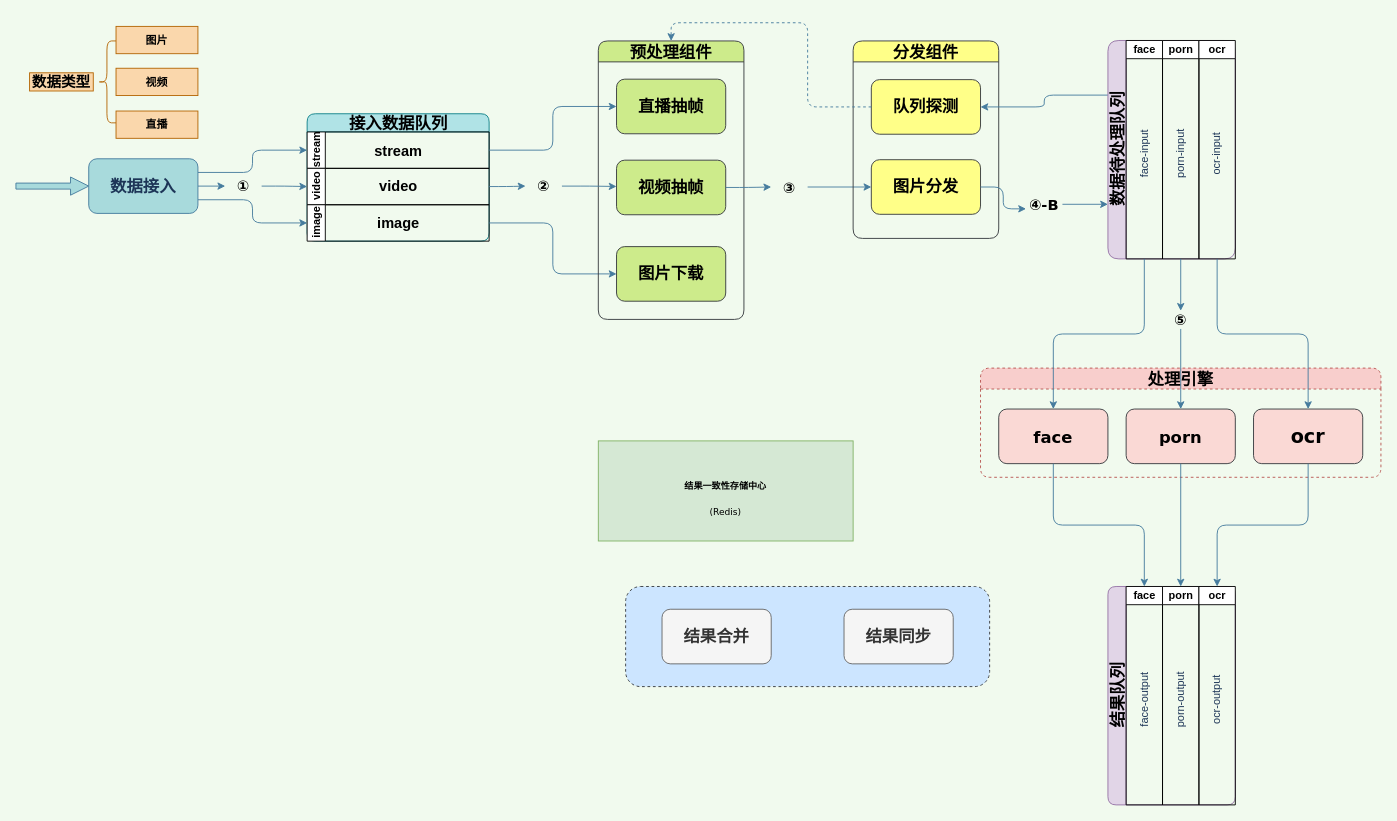
Earlier version of the draw.io diagram engine_system/engine_system_architecture_v2.drawio (xwzj01ht/diagrams). Source tidied: cells renumbered, new cells numbered last; positions are measured from the earlier drawing's top-left corner, leaving out a move shared by most shapes. Both pictures are drawn from the tidied source at 91%, with x=0, y=0 at pixel (15, 25).
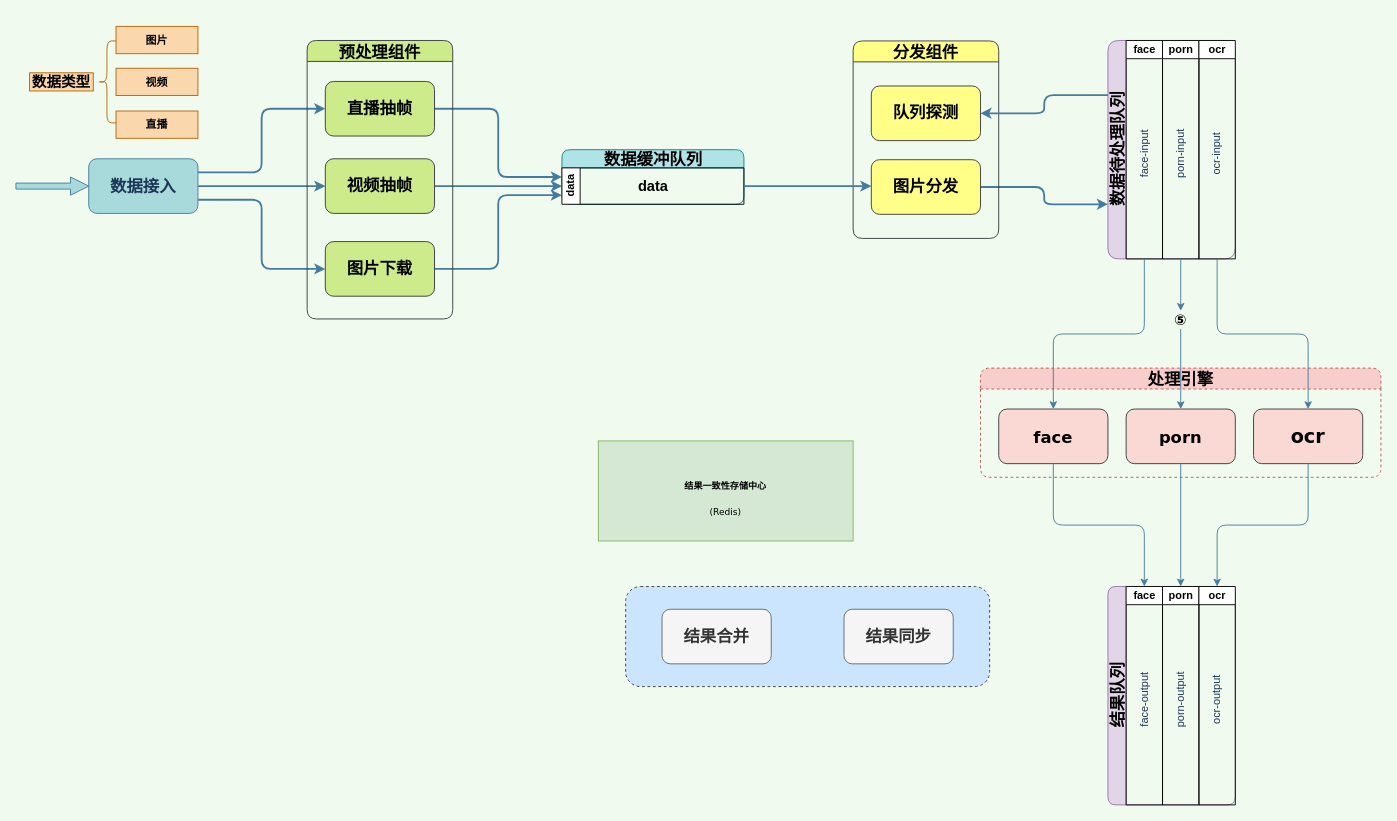
The same diagram, later.

The change refers to these unchanged cells:
```xml
<mxCell id="7" value="&lt;h4&gt;&lt;font style=&quot;font-size: 18px&quot; face=&quot;Verdana&quot;&gt;数据接入&lt;/font&gt;&lt;/h4&gt;" style="rounded=1;whiteSpace=wrap;html=1;sketch=0;strokeColor=#457B9D;fillColor=#A8DADC;fontColor=#1D3557;" parent="1" vertex="1">
  <mxGeometry x="80" y="146" width="120" height="60" as="geometry" />
</mxCell>
<mxCell id="18" value="&lt;h3 style=&quot;font-size: 18px&quot;&gt;图片分发&lt;/h3&gt;" style="rounded=1;whiteSpace=wrap;html=1;sketch=0;strokeColor=#36393d;fillColor=#ffff88;" parent="1" vertex="1">
  <mxGeometry x="940" y="147" width="120" height="60" as="geometry" />
</mxCell>
<mxCell id="41" value="分发组件" style="swimlane;rounded=1;fontFamily=Verdana;fontSize=18;fillColor=#ffff88;strokeColor=#36393d;startSize=23;" parent="1" vertex="1">
  <mxGeometry x="920" y="16.5" width="160" height="217" as="geometry" />
</mxCell>
<mxCell id="46" value="&lt;h3&gt;&lt;font style=&quot;font-size: 18px&quot; face=&quot;Verdana&quot;&gt;数据待处理队列&lt;/font&gt;&lt;/h3&gt;" style="swimlane;html=1;startSize=20;horizontal=0;fillColor=#e1d5e7;strokeColor=#9673a6;rounded=1;arcSize=20;" parent="1" vertex="1">
  <mxGeometry x="1200" y="16" width="140" height="240" as="geometry" />
</mxCell>
```

What changed in the source:
```diff
@@
-    <mxCell id="4" style="edgeStyle=orthogonalEdgeStyle;rounded=1;jettySize=auto;html=1;exitX=1;exitY=0.25;exitDx=0;exitDy=0;strokeColor=#457B9D;" parent="1" edge="1" source="7" target="27">
-      <mxGeometry relative="1" as="geometry" />
-    </mxCell>
-    <mxCell id="5" style="edgeStyle=orthogonalEdgeStyle;rounded=1;jettySize=auto;html=1;exitX=1;exitY=0.75;exitDx=0;exitDy=0;entryX=0;entryY=0.5;entryDx=0;entryDy=0;strokeColor=#457B9D;" parent="1" edge="1" source="7" target="31">
-      <mxGeometry relative="1" as="geometry" />
-    </mxCell>
-    <mxCell id="6" style="edgeStyle=orthogonalEdgeStyle;rounded=1;jettySize=auto;html=1;exitX=1;exitY=0.5;exitDx=0;exitDy=0;entryX=0;entryY=0.5;entryDx=0;entryDy=0;strokeColor=#457B9D;fontFamily=Verdana;fontSize=16;" parent="1" edge="1" source="7" target="37">
-      <mxGeometry relative="1" as="geometry" />
-    </mxCell>
+    <mxCell id="71" style="edgeStyle=orthogonalEdgeStyle;rounded=1;jettySize=auto;html=1;exitX=1;exitY=0.5;exitDx=0;exitDy=0;entryX=0;entryY=0.5;entryDx=0;entryDy=0;strokeWidth=2;strokeColor=#457B9D;" parent="1" edge="1" source="7" target="14">
+      <mxGeometry relative="1" as="geometry" />
+    </mxCell>
+    <mxCell id="72" style="edgeStyle=orthogonalEdgeStyle;rounded=1;jettySize=auto;html=1;exitX=1;exitY=0.25;exitDx=0;exitDy=0;entryX=0;entryY=0.5;entryDx=0;entryDy=0;strokeColor=#457B9D;strokeWidth=2;" parent="1" edge="1" source="7" target="15">
+      <mxGeometry relative="1" as="geometry" />
+    </mxCell>
+    <mxCell id="73" style="edgeStyle=orthogonalEdgeStyle;rounded=1;jettySize=auto;html=1;exitX=1;exitY=0.75;exitDx=0;exitDy=0;entryX=0;entryY=0.5;entryDx=0;entryDy=0;strokeColor=#457B9D;strokeWidth=2;" parent="1" edge="1" source="7" target="16">
+      <mxGeometry relative="1" as="geometry" />
+    </mxCell>
@@
-    <mxCell id="13" style="edgeStyle=orthogonalEdgeStyle;rounded=1;jettySize=auto;html=1;exitX=1;exitY=0.5;exitDx=0;exitDy=0;entryX=0;entryY=0.5;entryDx=0;entryDy=0;strokeColor=#457B9D;fontFamily=Verdana;fontSize=18;" parent="1" edge="1" source="43" target="18">
-      <mxGeometry relative="1" as="geometry" />
-    </mxCell>
+    <mxCell id="74" style="edgeStyle=orthogonalEdgeStyle;rounded=1;jettySize=auto;html=1;exitX=1;exitY=0.5;exitDx=0;exitDy=0;entryX=0;entryY=0.5;entryDx=0;entryDy=0;strokeColor=#457B9D;strokeWidth=2;" parent="1" edge="1" source="14" target="27">
+      <mxGeometry relative="1" as="geometry" />
+    </mxCell>
     <mxCell id="14" value="&lt;h3 style=&quot;font-size: 18px&quot;&gt;视频抽帧&lt;/h3&gt;" style="rounded=1;whiteSpace=wrap;html=1;sketch=0;strokeColor=#36393d;fillColor=#cdeb8b;" parent="1" vertex="1">
-      <mxGeometry x="660" y="147.5" width="120" height="60" as="geometry" />
+      <mxGeometry x="340" y="146" width="120" height="60" as="geometry" />
     </mxCell>
+    <mxCell id="75" style="edgeStyle=orthogonalEdgeStyle;rounded=1;jettySize=auto;html=1;exitX=1;exitY=0.5;exitDx=0;exitDy=0;entryX=0;entryY=0.25;entryDx=0;entryDy=0;strokeColor=#457B9D;strokeWidth=2;" parent="1" edge="1" source="15" target="27">
+      <mxGeometry relative="1" as="geometry" />
+    </mxCell>
     <mxCell id="15" value="&lt;h3 style=&quot;font-size: 18px&quot;&gt;直播抽帧&lt;/h3&gt;" style="rounded=1;whiteSpace=wrap;html=1;sketch=0;strokeColor=#36393d;fillColor=#cdeb8b;" parent="1" vertex="1">
-      <mxGeometry x="660" y="58.5" width="120" height="60" as="geometry" />
+      <mxGeometry x="340" y="61" width="120" height="60" as="geometry" />
     </mxCell>
+    <mxCell id="76" style="edgeStyle=orthogonalEdgeStyle;rounded=1;jettySize=auto;html=1;exitX=1;exitY=0.5;exitDx=0;exitDy=0;entryX=0;entryY=0.75;entryDx=0;entryDy=0;strokeColor=#457B9D;strokeWidth=2;" parent="1" edge="1" source="16" target="27">
+      <mxGeometry relative="1" as="geometry" />
+    </mxCell>
     <mxCell id="16" value="&lt;h3 style=&quot;font-size: 18px&quot;&gt;图片下载&lt;/h3&gt;" style="rounded=1;whiteSpace=wrap;html=1;sketch=0;strokeColor=#36393d;fillColor=#cdeb8b;" parent="1" vertex="1">
-      <mxGeometry x="660" y="242.5" width="120" height="60" as="geometry" />
+      <mxGeometry x="340" y="237" width="120" height="60" as="geometry" />
     </mxCell>
-    <mxCell id="17" style="edgeStyle=orthogonalEdgeStyle;rounded=1;jettySize=auto;html=1;exitX=1;exitY=0.5;exitDx=0;exitDy=0;entryX=0;entryY=0.75;entryDx=0;entryDy=0;strokeColor=#457B9D;fontFamily=Verdana;fontSize=18;" parent="1" edge="1" source="67" target="46">
-      <mxGeometry relative="1" as="geometry" />
-    </mxCell>
+    <mxCell id="77" style="edgeStyle=orthogonalEdgeStyle;rounded=1;jettySize=auto;html=1;exitX=1;exitY=0.5;exitDx=0;exitDy=0;entryX=0;entryY=0.75;entryDx=0;entryDy=0;strokeColor=#457B9D;strokeWidth=2;" parent="1" edge="1" source="18" target="46">
+      <mxGeometry relative="1" as="geometry" />
+    </mxCell>
@@
-    <mxCell id="26" value="&lt;h3&gt;&lt;font style=&quot;font-size: 18px&quot; face=&quot;Verdana&quot;&gt;接入数据队列&lt;/font&gt;&lt;/h3&gt;" style="swimlane;html=1;horizontal=1;startSize=20;fillColor=#b0e3e6;strokeColor=#0e8088;rounded=1;" parent="1" vertex="1">
-      <mxGeometry x="320" y="96.5" width="200" height="140" as="geometry" />
+    <mxCell id="26" value="&lt;h3&gt;&lt;font face=&quot;Verdana&quot;&gt;&lt;span style=&quot;font-size: 18px&quot;&gt;数据缓冲队列&lt;/span&gt;&lt;/font&gt;&lt;/h3&gt;" style="swimlane;html=1;horizontal=1;startSize=20;fillColor=#b0e3e6;strokeColor=#0e8088;rounded=1;" parent="1" vertex="1">
+      <mxGeometry x="600" y="136" width="200" height="60" as="geometry" />
     </mxCell>
-    <mxCell id="27" value="stream" style="swimlane;html=1;startSize=20;horizontal=0;" parent="26" vertex="1">
+    <mxCell id="27" value="data" style="swimlane;html=1;startSize=20;horizontal=0;" parent="26" vertex="1">
       <mxGeometry y="20" width="200" height="40" as="geometry" />
     </mxCell>
-    <mxCell id="28" value="&lt;font style=&quot;font-size: 16px&quot;&gt;&lt;b&gt;stream&lt;/b&gt;&lt;/font&gt;" style="text;html=1;align=center;verticalAlign=middle;" parent="27" vertex="1">
-      <mxGeometry x="65" y="10" width="70" height="20" as="geometry" />
+    <mxCell id="28" value="&lt;font style=&quot;font-size: 16px&quot;&gt;&lt;b&gt;data&lt;/b&gt;&lt;/font&gt;" style="text;html=1;align=center;verticalAlign=middle;" parent="27" vertex="1">
+      <mxGeometry x="75" y="10" width="50" height="20" as="geometry" />
     </mxCell>
-    <mxCell id="29" value="video" style="swimlane;html=1;startSize=20;horizontal=0;" parent="26" vertex="1">
-      <mxGeometry y="60" width="200" height="40" as="geometry" />
-    </mxCell>
-    <mxCell id="30" value="&lt;font style=&quot;font-size: 16px&quot;&gt;&lt;b&gt;video&lt;/b&gt;&lt;/font&gt;" style="text;html=1;align=center;verticalAlign=middle;" parent="29" vertex="1">
-      <mxGeometry x="70" y="9.5" width="60" height="20" as="geometry" />
-    </mxCell>
-    <mxCell id="31" value="image" style="swimlane;html=1;startSize=20;horizontal=0;" parent="26" vertex="1">
-      <mxGeometry y="100" width="200" height="40" as="geometry" />
-    </mxCell>
-    <mxCell id="32" value="&lt;font style=&quot;font-size: 16px&quot;&gt;&lt;b&gt;image&lt;/b&gt;&lt;/font&gt;" style="text;html=1;align=center;verticalAlign=middle;" parent="31" vertex="1">
-      <mxGeometry x="70" y="10" width="60" height="20" as="geometry" />
-    </mxCell>
-    <mxCell id="33" style="edgeStyle=orthogonalEdgeStyle;rounded=1;jettySize=auto;html=1;exitX=1;exitY=0.5;exitDx=0;exitDy=0;entryX=0;entryY=0.5;entryDx=0;entryDy=0;strokeColor=#457B9D;" parent="1" edge="1" source="27" target="15">
-      <mxGeometry relative="1" as="geometry" />
-    </mxCell>
-    <mxCell id="34" style="edgeStyle=orthogonalEdgeStyle;rounded=1;jettySize=auto;html=1;exitX=1;exitY=0.5;exitDx=0;exitDy=0;entryX=0;entryY=0.5;entryDx=0;entryDy=0;strokeColor=#457B9D;" parent="1" edge="1" source="31" target="16">
-      <mxGeometry relative="1" as="geometry" />
-    </mxCell>
     <mxCell id="35" value="预处理组件" style="swimlane;rounded=1;fontSize=18;fontFamily=Verdana;fillColor=#cdeb8b;strokeColor=#36393d;" parent="1" vertex="1">
-      <mxGeometry x="640" y="16.5" width="160" height="306" as="geometry" />
+      <mxGeometry x="320" y="16" width="160" height="306" as="geometry" />
     </mxCell>
-    <mxCell id="36" style="edgeStyle=orthogonalEdgeStyle;rounded=1;jettySize=auto;html=1;exitX=1;exitY=0.5;exitDx=0;exitDy=0;entryX=0;entryY=0.5;entryDx=0;entryDy=0;strokeColor=#457B9D;fontFamily=Verdana;fontSize=16;" parent="1" edge="1" source="37" target="29">
-      <mxGeometry relative="1" as="geometry" />
-    </mxCell>
-    <mxCell id="37" value="①" style="text;html=1;strokeColor=none;fillColor=none;align=center;verticalAlign=middle;whiteSpace=wrap;rounded=0;fontFamily=Verdana;fontSize=16;fontStyle=1;" parent="1" vertex="1">
-      <mxGeometry x="230" y="166" width="40" height="20" as="geometry" />
-    </mxCell>
-    <mxCell id="38" style="edgeStyle=orthogonalEdgeStyle;rounded=1;jettySize=auto;html=1;exitX=1;exitY=0.5;exitDx=0;exitDy=0;strokeColor=#457B9D;fontFamily=Verdana;fontSize=16;" parent="1" edge="1" source="39">
-      <mxGeometry relative="1" as="geometry">
-        <mxPoint x="660" y="176.4" as="targetPoint" />
-      </mxGeometry>
-    </mxCell>
-    <mxCell id="39" value="②" style="text;html=1;strokeColor=none;fillColor=none;align=center;verticalAlign=middle;whiteSpace=wrap;rounded=0;fontFamily=Verdana;fontSize=16;fontStyle=1;" parent="1" vertex="1">
-      <mxGeometry x="560" y="166" width="40" height="20" as="geometry" />
-    </mxCell>
-    <mxCell id="40" style="edgeStyle=orthogonalEdgeStyle;rounded=1;jettySize=auto;html=1;exitX=1;exitY=0.5;exitDx=0;exitDy=0;entryX=0;entryY=0.5;entryDx=0;entryDy=0;strokeColor=#457B9D;" parent="1" edge="1" source="29" target="39">
-      <mxGeometry relative="1" as="geometry" />
-    </mxCell>
@@
     <mxCell id="42" value="&lt;h3&gt;&lt;font style=&quot;font-size: 18px&quot;&gt;队列探测&lt;/font&gt;&lt;/h3&gt;" style="rounded=1;whiteSpace=wrap;html=1;fontFamily=Verdana;fontSize=16;fillColor=#ffff88;strokeColor=#36393d;" parent="41" vertex="1">
-      <mxGeometry x="20" y="42.5" width="120" height="60" as="geometry" />
+      <mxGeometry x="20" y="49.5" width="120" height="60" as="geometry" />
     </mxCell>
-    <mxCell id="43" value="&lt;font style=&quot;font-size: 16px&quot;&gt;&lt;b&gt;③&lt;/b&gt;&lt;/font&gt;" style="text;html=1;strokeColor=none;fillColor=none;align=center;verticalAlign=middle;whiteSpace=wrap;rounded=0;fontFamily=Verdana;fontSize=18;" parent="1" vertex="1">
-      <mxGeometry x="830" y="167" width="40" height="20" as="geometry" />
-    </mxCell>
-    <mxCell id="44" style="edgeStyle=orthogonalEdgeStyle;rounded=1;jettySize=auto;html=1;exitX=1;exitY=0.5;exitDx=0;exitDy=0;entryX=0;entryY=0.5;entryDx=0;entryDy=0;strokeColor=#457B9D;fontFamily=Verdana;fontSize=18;" parent="1" edge="1" source="14" target="43">
-      <mxGeometry relative="1" as="geometry" />
-    </mxCell>
-    <mxCell id="45" style="edgeStyle=orthogonalEdgeStyle;rounded=1;jettySize=auto;html=1;exitX=0;exitY=0.25;exitDx=0;exitDy=0;entryX=1;entryY=0.5;entryDx=0;entryDy=0;strokeColor=#457B9D;fontFamily=Verdana;fontSize=18;" parent="1" edge="1" source="46" target="42">
-      <mxGeometry relative="1" as="geometry" />
-    </mxCell>
@@
-    <mxCell id="53" style="edgeStyle=orthogonalEdgeStyle;rounded=1;jettySize=auto;html=1;entryX=0.5;entryY=0;entryDx=0;entryDy=0;strokeColor=#457B9D;fontFamily=Verdana;fontSize=18;dashed=1;" parent="1" edge="1" source="42" target="35">
-      <mxGeometry relative="1" as="geometry" />
-    </mxCell>
@@
-    <mxCell id="67" value="&lt;font style=&quot;font-size: 16px&quot;&gt;&lt;b&gt;④-B&lt;/b&gt;&lt;/font&gt;" style="text;html=1;strokeColor=none;fillColor=none;align=center;verticalAlign=middle;whiteSpace=wrap;rounded=0;fontFamily=Verdana;fontSize=18;" parent="1" vertex="1">
-      <mxGeometry x="1110" y="186" width="40" height="20" as="geometry" />
-    </mxCell>
-    <mxCell id="68" style="edgeStyle=orthogonalEdgeStyle;rounded=1;jettySize=auto;html=1;exitX=1;exitY=0.5;exitDx=0;exitDy=0;entryX=0;entryY=0.75;entryDx=0;entryDy=0;strokeColor=#457B9D;fontFamily=Verdana;fontSize=18;" parent="1" edge="1" source="18" target="67">
-      <mxGeometry relative="1" as="geometry" />
-    </mxCell>
@@
+    <mxCell id="78" style="edgeStyle=orthogonalEdgeStyle;rounded=1;jettySize=auto;html=1;exitX=1;exitY=0.5;exitDx=0;exitDy=0;strokeColor=#457B9D;strokeWidth=2;" parent="1" edge="1" source="27">
+      <mxGeometry relative="1" as="geometry">
+        <mxPoint x="940" y="176" as="targetPoint" />
+      </mxGeometry>
+    </mxCell>
+    <mxCell id="45" style="edgeStyle=orthogonalEdgeStyle;rounded=1;jettySize=auto;html=1;exitX=0;exitY=0.25;exitDx=0;exitDy=0;entryX=1;entryY=0.5;entryDx=0;entryDy=0;strokeColor=#457B9D;strokeWidth=2;" parent="1" edge="1" source="46" target="42">
+      <mxGeometry relative="1" as="geometry" />
+    </mxCell>
```
